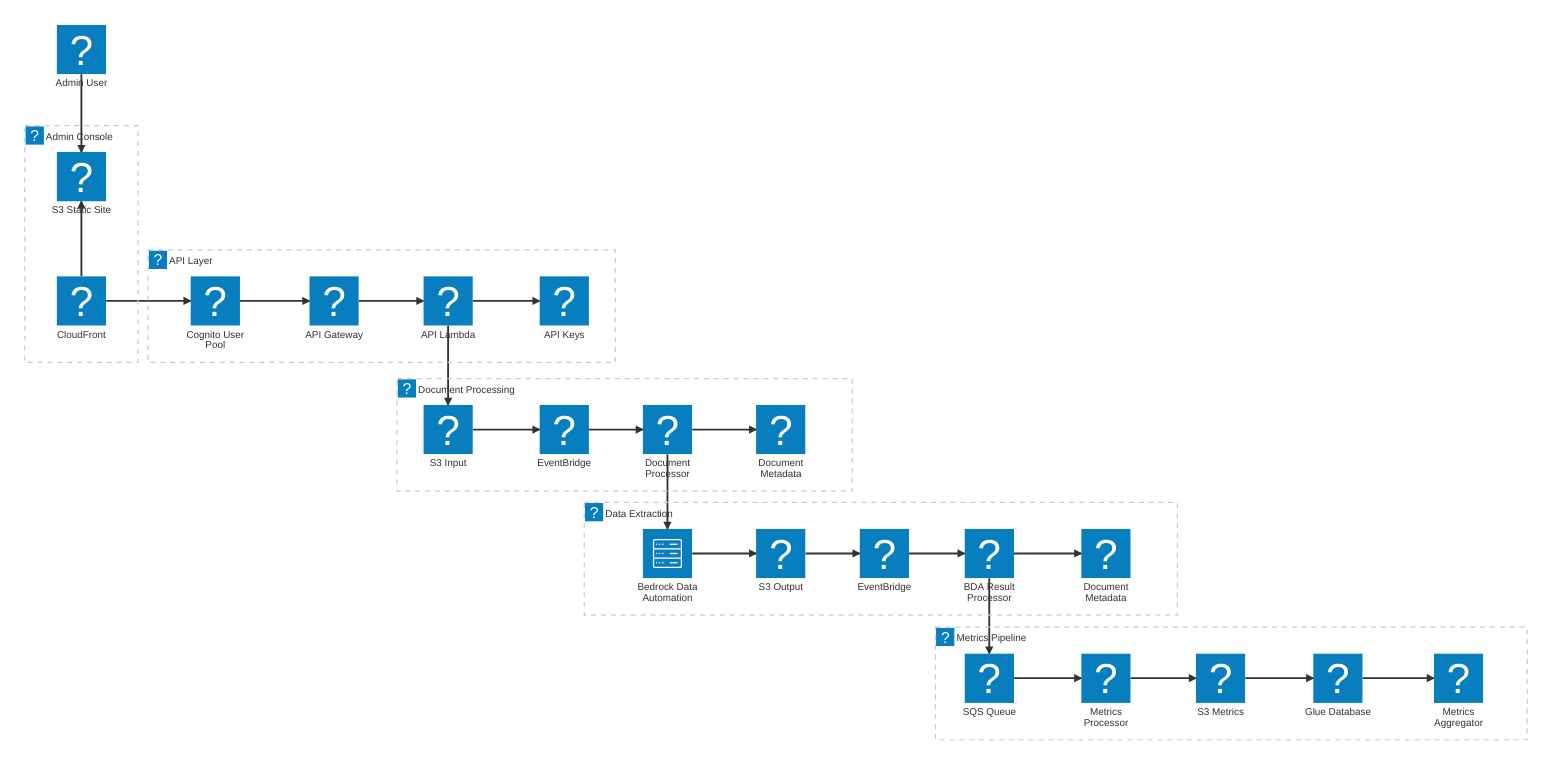
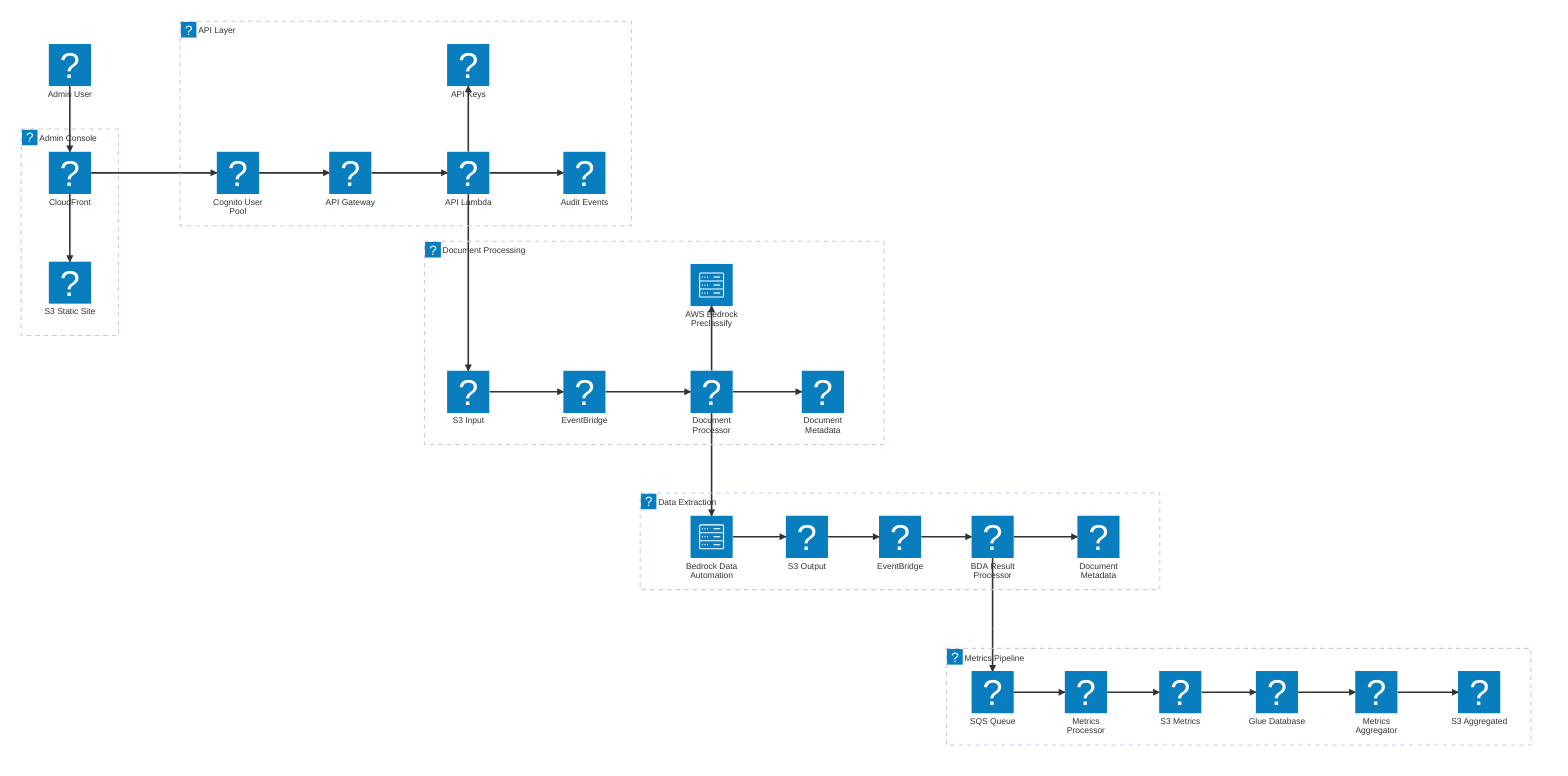
architecture-beta
  %% Groups
  group admin(logos:aws-cloudfront)[Admin Console]
  group api(logos:aws-vpc)[API Layer]
  group processing(logos:aws-vpc)[Document Processing]
  group data-extraction(logos:aws-vpc)[Data Extraction]
  group metrics(logos:aws-vpc)[Metrics Pipeline]

  %% Admin
  %% NOTE: 'material-symbols' requires external JSON injection.
  %% The users icon render as a '?' inside the native VS Code preview window,
  %% but generates perfectly centered 1:1 square nodes when compiled via 'make'.
  service user(material-symbols:manage-accounts)[Admin User]
  service cloudfront(logos:aws-cloudfront)[CloudFront] in admin
  service s3ui(logos:aws-s3)[S3 Static Site] in admin

  %% API Layer
  service cognito(logos:aws-cognito)[Cognito User Pool] in api
  service apigw(logos:aws-api-gateway)[API Gateway] in api
  service api-lambda(logos:aws-lambda)[API Lambda] in api
  service ddb-apikeys(logos:aws-dynamodb)[API Keys] in api
+   service ddb-audit(logos:aws-dynamodb)[Audit Events] in api

  %% Document Processing
  service s3input(logos:aws-s3)[S3 Input] in processing
  service eventbridge1(logos:aws-eventbridge)[EventBridge] in processing
  service document-processor(logos:aws-lambda)[Document Processor] in processing
  service ddb(logos:aws-dynamodb)[Document Metadata] in processing
+   service bedrock-preclassify(server)[AWS Bedrock Preclassify] in processing

  %% Data Extraction
  service bedrock(server)[Bedrock Data Automation] in data-extraction
  service s3output(logos:aws-s3)[S3 Output] in data-extraction
  service eventbridge2(logos:aws-eventbridge)[EventBridge] in data-extraction
  service bda-result-processor(logos:aws-lambda)[BDA Result Processor] in data-extraction
  service ddb2(logos:aws-dynamodb)[Document Metadata] in data-extraction

  %% Metrics Pipeline
  service sqs(logos:aws-sqs)[SQS Queue] in metrics
  service metrics-processor(logos:aws-lambda)[Metrics Processor] in metrics
  service s3metrics(logos:aws-s3)[S3 Metrics] in metrics
  service glue(logos:aws-glue)[Glue Database] in metrics
  service metrics-aggregator(logos:aws-lambda)[Metrics Aggregator] in metrics
+   service s3aggregated(logos:aws-s3)[S3 Aggregated] in metrics

  %% Admin flow
-   cloudfront:T --> B:s3ui
+   user:B --> T:cloudfront
+   cloudfront:B --> T:s3ui
  cloudfront:R --> L:cognito
-   user:B --> T:s3ui

  %% API flow
  cognito:R --> L:apigw
  apigw:R --> L:api-lambda
-   api-lambda:R --> L:ddb-apikeys
+   api-lambda:T --> B:ddb-apikeys
+   api-lambda:R --> L:ddb-audit
  api-lambda:B --> T:s3input

  %% Processing flow
  s3input:R --> L:eventbridge1
  eventbridge1:R --> L:document-processor
+   document-processor:T --> B:bedrock-preclassify
  document-processor:R --> L:ddb
-   document-processor:B --> T:bedrock
+   %% force mermaid chart to render adequate space between groups by using a junction
+   document-processor:B -- T:processing-junc1
+   junction processing-junc1
+   processing-junc1:B --> T:bedrock

  %% Extraction flow
  bedrock:R --> L:s3output
  s3output:R --> L:eventbridge2
  eventbridge2:R --> L:bda-result-processor
  bda-result-processor:R --> L:ddb2
-   bda-result-processor:B --> T:sqs
+   %% force mermaid chart to render adequate space between groups by using a junction
+   bda-result-processor:B -- T:extract-junc1
+   junction extract-junc1
+   extract-junc1:B --> T:sqs

  %% Metrics flow
  sqs:R --> L:metrics-processor
  metrics-processor:R --> L:s3metrics
  s3metrics:R --> L:glue
  glue:R --> L:metrics-aggregator
+   metrics-aggregator:R --> L:s3aggregated
